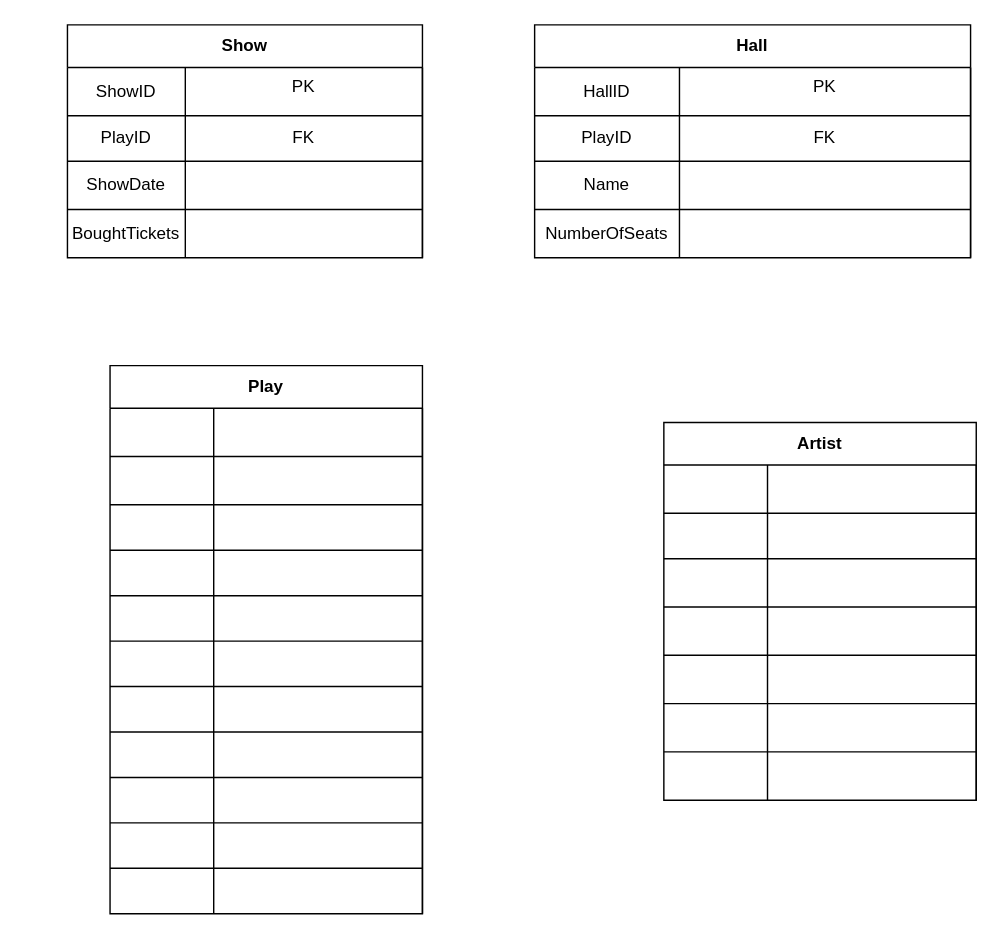
sliamh11/Programming keeps this draw.io diagram as Untitled Diagram.drawio. Above is the earlier version. Source tidied: cells renumbered, new cells numbered last; positions are measured from the earlier drawing's top-left corner, leaving out a move shared by most shapes. Both pictures are drawn from the tidied source at 142%, with x=0, y=0 at pixel (67, 24).
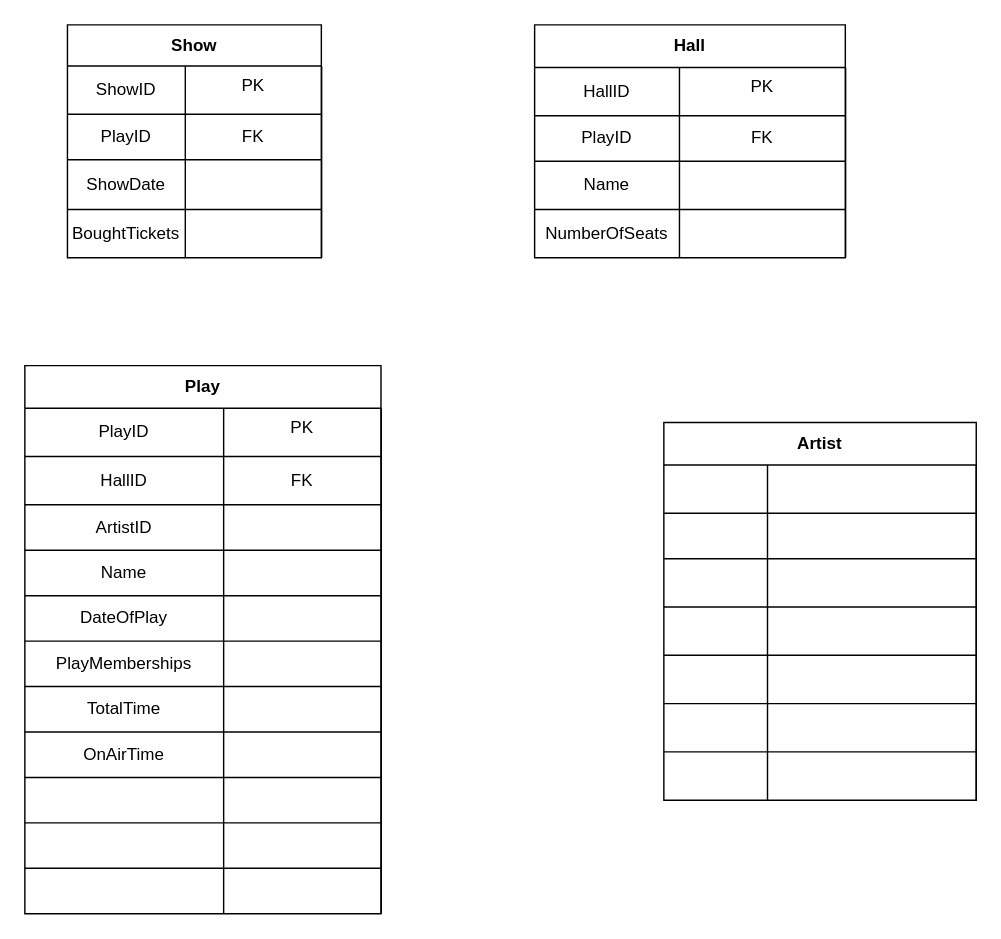
The same diagram, later.

Change to the diagram source:
```diff
@@
     <mxCell id="2" value="Hall" style="shape=table;html=1;whiteSpace=wrap;startSize=30;childLayout=tableLayout;fontStyle=1;align=center;" parent="1" vertex="1">
-      <mxGeometry x="329" width="307" height="164" as="geometry" />
+      <mxGeometry x="329" width="218.8" height="164" as="geometry" />
     </mxCell>
     <mxCell id="3" style="shape=partialRectangle;html=1;whiteSpace=wrap;fillColor=none;top=0;left=0;bottom=0;right=0;" parent="2" vertex="1">
-      <mxGeometry y="30" width="307" height="34" as="geometry" />
+      <mxGeometry y="30" width="218.8" height="34" as="geometry" />
     </mxCell>
@@
     <mxCell id="5" value="PK" style="group;" parent="3" vertex="1">
-      <mxGeometry x="102" width="205" height="34" as="geometry" />
+      <mxGeometry x="102" width="117" height="34" as="geometry" />
     </mxCell>
@@
     <mxCell id="8" style="shape=partialRectangle;html=1;whiteSpace=wrap;fillColor=none;top=0;left=0;bottom=0;right=0;" parent="2" vertex="1">
-      <mxGeometry y="64" width="307" height="32" as="geometry" />
+      <mxGeometry y="64" width="218.8" height="32" as="geometry" />
     </mxCell>
@@
     <mxCell id="10" value="FK" style="shape=partialRectangle;fillColor=none;top=0;left=0;bottom=0;right=0;overflow=hidden;whiteSpace=wrap;" parent="8" vertex="1">
-      <mxGeometry x="102" width="205" height="32" as="geometry" />
+      <mxGeometry x="102" width="117" height="32" as="geometry" />
     </mxCell>
     <mxCell id="11" style="shape=partialRectangle;html=1;whiteSpace=wrap;fillColor=none;top=0;left=0;bottom=0;right=0;overflow=hidden;" parent="8" vertex="1">
-      <mxGeometry x="307" height="32" as="geometry" />
+      <mxGeometry x="219" height="32" as="geometry" />
     </mxCell>
     <mxCell id="12" style="shape=partialRectangle;html=1;whiteSpace=wrap;fillColor=none;top=0;left=0;bottom=0;right=0;" parent="2" vertex="1">
-      <mxGeometry y="96" width="307" height="34" as="geometry" />
+      <mxGeometry y="96" width="218.8" height="34" as="geometry" />
     </mxCell>
@@
     <mxCell id="14" style="shape=partialRectangle;html=1;whiteSpace=wrap;fillColor=none;top=0;left=0;bottom=0;right=0;overflow=hidden;" parent="12" vertex="1">
-      <mxGeometry x="102" width="205" height="34" as="geometry" />
+      <mxGeometry x="102" width="117" height="34" as="geometry" />
     </mxCell>
     <mxCell id="15" style="shape=partialRectangle;html=1;whiteSpace=wrap;fillColor=none;top=0;left=0;bottom=0;right=0;overflow=hidden;" parent="12" vertex="1">
-      <mxGeometry x="307" height="34" as="geometry" />
+      <mxGeometry x="219" height="34" as="geometry" />
     </mxCell>
     <mxCell id="16" style="shape=partialRectangle;html=1;whiteSpace=wrap;fillColor=none;top=0;left=0;bottom=0;right=0;" parent="2" vertex="1">
-      <mxGeometry y="130" width="307" height="34" as="geometry" />
+      <mxGeometry y="130" width="218.8" height="34" as="geometry" />
     </mxCell>
@@
     <mxCell id="18" style="shape=partialRectangle;html=1;whiteSpace=wrap;fillColor=none;top=0;left=0;bottom=0;right=0;overflow=hidden;" parent="16" vertex="1">
-      <mxGeometry x="102" width="205" height="34" as="geometry" />
+      <mxGeometry x="102" width="117" height="34" as="geometry" />
     </mxCell>
     <mxCell id="19" style="shape=partialRectangle;html=1;whiteSpace=wrap;fillColor=none;top=0;left=0;bottom=0;right=0;overflow=hidden;" parent="16" vertex="1">
-      <mxGeometry x="307" height="34" as="geometry" />
+      <mxGeometry x="219" height="34" as="geometry" />
     </mxCell>
-    <mxCell id="20" value="Show" style="shape=table;html=1;whiteSpace=wrap;startSize=30;childLayout=tableLayout;fontStyle=1;align=center;" parent="1" vertex="1">
-      <mxGeometry width="250" height="164" as="geometry" />
+    <mxCell id="20" value="Show" style="shape=table;html=1;whiteSpace=wrap;startSize=29;childLayout=tableLayout;fontStyle=1;align=center;" parent="1" vertex="1">
+      <mxGeometry width="178.8" height="164" as="geometry" />
     </mxCell>
     <mxCell id="21" style="shape=partialRectangle;html=1;whiteSpace=wrap;fillColor=none;top=0;left=0;bottom=0;right=0;" parent="20" vertex="1">
-      <mxGeometry y="30" width="250" height="34" as="geometry" />
+      <mxGeometry y="29" width="178.8" height="34" as="geometry" />
     </mxCell>
@@
     <mxCell id="23" value="PK" style="group;" parent="21" vertex="1">
-      <mxGeometry x="83" width="167" height="34" as="geometry" />
+      <mxGeometry x="83" width="96" height="34" as="geometry" />
     </mxCell>
@@
     <mxCell id="26" style="shape=partialRectangle;html=1;whiteSpace=wrap;fillColor=none;top=0;left=0;bottom=0;right=0;" parent="20" vertex="1">
-      <mxGeometry y="64" width="250" height="32" as="geometry" />
+      <mxGeometry y="63" width="178.8" height="32" as="geometry" />
     </mxCell>
@@
     <mxCell id="28" value="FK" style="shape=partialRectangle;html=1;whiteSpace=wrap;fillColor=none;top=0;left=0;bottom=0;right=0;overflow=hidden;" parent="26" vertex="1">
-      <mxGeometry x="83" width="167" height="32" as="geometry" />
+      <mxGeometry x="83" width="96" height="32" as="geometry" />
     </mxCell>
     <mxCell id="29" style="shape=partialRectangle;html=1;whiteSpace=wrap;fillColor=none;top=0;left=0;bottom=0;right=0;overflow=hidden;" parent="26" vertex="1">
-      <mxGeometry x="250" height="32" as="geometry" />
+      <mxGeometry x="179" height="32" as="geometry" />
     </mxCell>
     <mxCell id="30" style="shape=partialRectangle;html=1;whiteSpace=wrap;fillColor=none;top=0;left=0;bottom=0;right=0;" parent="20" vertex="1">
-      <mxGeometry y="96" width="250" height="34" as="geometry" />
+      <mxGeometry y="95" width="178.8" height="35" as="geometry" />
     </mxCell>
     <mxCell id="31" value="ShowDate" style="shape=partialRectangle;html=1;whiteSpace=wrap;fillColor=none;top=0;left=0;bottom=0;right=0;overflow=hidden;" parent="30" vertex="1">
-      <mxGeometry width="83" height="34" as="geometry" />
+      <mxGeometry width="83" height="35" as="geometry" />
     </mxCell>
     <mxCell id="32" style="shape=partialRectangle;html=1;whiteSpace=wrap;fillColor=none;top=0;left=0;bottom=0;right=0;overflow=hidden;" parent="30" vertex="1">
-      <mxGeometry x="83" width="167" height="34" as="geometry" />
+      <mxGeometry x="83" width="96" height="35" as="geometry" />
     </mxCell>
     <mxCell id="33" style="shape=partialRectangle;html=1;whiteSpace=wrap;fillColor=none;top=0;left=0;bottom=0;right=0;overflow=hidden;" parent="30" vertex="1">
-      <mxGeometry x="250" height="34" as="geometry" />
+      <mxGeometry x="179" height="35" as="geometry" />
     </mxCell>
     <mxCell id="34" style="shape=partialRectangle;html=1;whiteSpace=wrap;fillColor=none;top=0;left=0;bottom=0;right=0;" parent="20" vertex="1">
-      <mxGeometry y="130" width="250" height="34" as="geometry" />
+      <mxGeometry y="130" width="178.8" height="34" as="geometry" />
     </mxCell>
@@
     <mxCell id="36" style="shape=partialRectangle;html=1;whiteSpace=wrap;fillColor=none;top=0;left=0;bottom=0;right=0;overflow=hidden;" parent="34" vertex="1">
-      <mxGeometry x="83" width="167" height="34" as="geometry" />
+      <mxGeometry x="83" width="96" height="34" as="geometry" />
     </mxCell>
     <mxCell id="37" style="shape=partialRectangle;html=1;whiteSpace=wrap;fillColor=none;top=0;left=0;bottom=0;right=0;overflow=hidden;" parent="34" vertex="1">
-      <mxGeometry x="250" height="34" as="geometry" />
+      <mxGeometry x="179" height="34" as="geometry" />
     </mxCell>
     <mxCell id="38" value="Play" style="shape=table;html=1;whiteSpace=wrap;startSize=30;childLayout=tableLayout;fontStyle=1;align=center;" parent="1" vertex="1">
-      <mxGeometry x="30" y="240" width="220" height="386" as="geometry" />
+      <mxGeometry x="-30" y="240" width="250.8" height="386" as="geometry" />
     </mxCell>
     <mxCell id="39" style="shape=partialRectangle;html=1;whiteSpace=wrap;fillColor=none;top=0;left=0;bottom=0;right=0;" parent="38" vertex="1">
-      <mxGeometry y="30" width="220" height="34" as="geometry" />
+      <mxGeometry y="30" width="250.8" height="34" as="geometry" />
     </mxCell>
-    <mxCell id="40" style="shape=partialRectangle;html=1;whiteSpace=wrap;fillColor=none;top=0;left=0;bottom=0;right=0;overflow=hidden;" parent="39" vertex="1">
-      <mxGeometry width="73" height="34" as="geometry" />
+    <mxCell id="40" value="PlayID" style="shape=partialRectangle;html=1;whiteSpace=wrap;fillColor=none;top=0;left=0;bottom=0;right=0;overflow=hidden;" parent="39" vertex="1">
+      <mxGeometry width="140" height="34" as="geometry" />
     </mxCell>
-    <mxCell id="41" style="group;" parent="39" vertex="1">
-      <mxGeometry x="73" width="147" height="34" as="geometry" />
+    <mxCell id="41" value="PK" style="group;" parent="39" vertex="1">
+      <mxGeometry x="140" width="111" height="34" as="geometry" />
     </mxCell>
@@
     <mxCell id="44" style="shape=partialRectangle;html=1;whiteSpace=wrap;fillColor=none;top=0;left=0;bottom=0;right=0;" parent="38" vertex="1">
-      <mxGeometry y="64" width="220" height="34" as="geometry" />
+      <mxGeometry y="64" width="250.8" height="34" as="geometry" />
     </mxCell>
-    <mxCell id="45" style="shape=partialRectangle;html=1;whiteSpace=wrap;fillColor=none;top=0;left=0;bottom=0;right=0;overflow=hidden;" parent="44" vertex="1">
-      <mxGeometry width="73" height="34" as="geometry" />
+    <mxCell id="45" value="HallID" style="shape=partialRectangle;html=1;whiteSpace=wrap;fillColor=none;top=0;left=0;bottom=0;right=0;overflow=hidden;" parent="44" vertex="1">
+      <mxGeometry width="140" height="34" as="geometry" />
     </mxCell>
-    <mxCell id="46" style="shape=partialRectangle;html=1;whiteSpace=wrap;fillColor=none;top=0;left=0;bottom=0;right=0;overflow=hidden;" parent="44" vertex="1">
-      <mxGeometry x="73" width="147" height="34" as="geometry" />
+    <mxCell id="46" value="FK" style="shape=partialRectangle;html=1;whiteSpace=wrap;fillColor=none;top=0;left=0;bottom=0;right=0;overflow=hidden;" parent="44" vertex="1">
+      <mxGeometry x="140" width="111" height="34" as="geometry" />
     </mxCell>
     <mxCell id="47" style="shape=partialRectangle;html=1;whiteSpace=wrap;fillColor=none;top=0;left=0;bottom=0;right=0;overflow=hidden;" parent="44" vertex="1">
-      <mxGeometry x="220" height="34" as="geometry" />
+      <mxGeometry x="251" height="34" as="geometry" />
     </mxCell>
     <mxCell id="48" style="shape=partialRectangle;html=1;whiteSpace=wrap;fillColor=none;top=0;left=0;bottom=0;right=0;" parent="38" vertex="1">
-      <mxGeometry y="98" width="220" height="32" as="geometry" />
+      <mxGeometry y="98" width="250.8" height="32" as="geometry" />
     </mxCell>
-    <mxCell id="49" style="shape=partialRectangle;html=1;whiteSpace=wrap;fillColor=none;top=0;left=0;bottom=0;right=0;overflow=hidden;" parent="48" vertex="1">
-      <mxGeometry width="73" height="32" as="geometry" />
+    <mxCell id="49" value="ArtistID" style="shape=partialRectangle;html=1;whiteSpace=wrap;fillColor=none;top=0;left=0;bottom=0;right=0;overflow=hidden;" parent="48" vertex="1">
+      <mxGeometry width="140" height="32" as="geometry" />
     </mxCell>
     <mxCell id="50" style="shape=partialRectangle;html=1;whiteSpace=wrap;fillColor=none;top=0;left=0;bottom=0;right=0;overflow=hidden;" parent="48" vertex="1">
-      <mxGeometry x="73" width="147" height="32" as="geometry" />
+      <mxGeometry x="140" width="111" height="32" as="geometry" />
     </mxCell>
     <mxCell id="51" style="shape=partialRectangle;html=1;whiteSpace=wrap;fillColor=none;top=0;left=0;bottom=0;right=0;overflow=hidden;" parent="48" vertex="1">
-      <mxGeometry x="220" height="32" as="geometry" />
+      <mxGeometry x="251" height="32" as="geometry" />
     </mxCell>
     <mxCell id="52" style="shape=partialRectangle;html=1;whiteSpace=wrap;fillColor=none;top=0;left=0;bottom=0;right=0;" parent="38" vertex="1">
-      <mxGeometry y="130" width="220" height="32" as="geometry" />
+      <mxGeometry y="130" width="250.8" height="32" as="geometry" />
     </mxCell>
-    <mxCell id="53" style="shape=partialRectangle;html=1;whiteSpace=wrap;fillColor=none;top=0;left=0;bottom=0;right=0;overflow=hidden;" parent="52" vertex="1">
-      <mxGeometry width="73" height="32" as="geometry" />
+    <mxCell id="53" value="Name" style="shape=partialRectangle;html=1;whiteSpace=wrap;fillColor=none;top=0;left=0;bottom=0;right=0;overflow=hidden;" parent="52" vertex="1">
+      <mxGeometry width="140" height="32" as="geometry" />
     </mxCell>
     <mxCell id="54" style="shape=partialRectangle;html=1;whiteSpace=wrap;fillColor=none;top=0;left=0;bottom=0;right=0;overflow=hidden;" parent="52" vertex="1">
-      <mxGeometry x="73" width="147" height="32" as="geometry" />
+      <mxGeometry x="140" width="111" height="32" as="geometry" />
     </mxCell>
     <mxCell id="55" style="shape=partialRectangle;html=1;whiteSpace=wrap;fillColor=none;top=0;left=0;bottom=0;right=0;overflow=hidden;" parent="52" vertex="1">
-      <mxGeometry x="220" height="32" as="geometry" />
+      <mxGeometry x="251" height="32" as="geometry" />
     </mxCell>
     <mxCell id="56" style="shape=partialRectangle;html=1;whiteSpace=wrap;fillColor=none;top=0;left=0;bottom=0;right=0;" parent="38" vertex="1">
-      <mxGeometry y="162" width="220" height="32" as="geometry" />
+      <mxGeometry y="162" width="250.8" height="32" as="geometry" />
     </mxCell>
-    <mxCell id="57" style="shape=partialRectangle;html=1;whiteSpace=wrap;fillColor=none;top=0;left=0;bottom=0;right=0;overflow=hidden;" parent="56" vertex="1">
-      <mxGeometry width="73" height="32" as="geometry" />
+    <mxCell id="57" value="DateOfPlay" style="shape=partialRectangle;html=1;whiteSpace=wrap;fillColor=none;top=0;left=0;bottom=0;right=0;overflow=hidden;" parent="56" vertex="1">
+      <mxGeometry width="140" height="32" as="geometry" />
     </mxCell>
     <mxCell id="58" style="shape=partialRectangle;html=1;whiteSpace=wrap;fillColor=none;top=0;left=0;bottom=0;right=0;overflow=hidden;" parent="56" vertex="1">
-      <mxGeometry x="73" width="147" height="32" as="geometry" />
+      <mxGeometry x="140" width="111" height="32" as="geometry" />
     </mxCell>
     <mxCell id="59" style="shape=partialRectangle;html=1;whiteSpace=wrap;fillColor=none;top=0;left=0;bottom=0;right=0;overflow=hidden;" parent="56" vertex="1">
-      <mxGeometry x="220" height="32" as="geometry" />
+      <mxGeometry x="251" height="32" as="geometry" />
     </mxCell>
     <mxCell id="60" style="shape=partialRectangle;html=1;whiteSpace=wrap;fillColor=none;top=0;left=0;bottom=0;right=0;" parent="38" vertex="1">
-      <mxGeometry y="194" width="220" height="32" as="geometry" />
+      <mxGeometry y="194" width="250.8" height="32" as="geometry" />
     </mxCell>
-    <mxCell id="61" style="shape=partialRectangle;html=1;whiteSpace=wrap;fillColor=none;top=0;left=0;bottom=0;right=0;overflow=hidden;" parent="60" vertex="1">
-      <mxGeometry width="73" height="32" as="geometry" />
+    <mxCell id="61" value="PlayMemberships" style="shape=partialRectangle;html=1;whiteSpace=wrap;fillColor=none;top=0;left=0;bottom=0;right=0;overflow=hidden;" parent="60" vertex="1">
+      <mxGeometry width="140" height="32" as="geometry" />
     </mxCell>
     <mxCell id="62" style="shape=partialRectangle;html=1;whiteSpace=wrap;fillColor=none;top=0;left=0;bottom=0;right=0;overflow=hidden;" parent="60" vertex="1">
-      <mxGeometry x="73" width="147" height="32" as="geometry" />
+      <mxGeometry x="140" width="111" height="32" as="geometry" />
     </mxCell>
     <mxCell id="63" style="shape=partialRectangle;html=1;whiteSpace=wrap;fillColor=none;top=0;left=0;bottom=0;right=0;overflow=hidden;" parent="60" vertex="1">
-      <mxGeometry x="220" height="32" as="geometry" />
+      <mxGeometry x="251" height="32" as="geometry" />
     </mxCell>
     <mxCell id="64" style="shape=partialRectangle;html=1;whiteSpace=wrap;fillColor=none;top=0;left=0;bottom=0;right=0;" parent="38" vertex="1">
-      <mxGeometry y="226" width="220" height="32" as="geometry" />
+      <mxGeometry y="226" width="250.8" height="32" as="geometry" />
     </mxCell>
-    <mxCell id="65" style="shape=partialRectangle;html=1;whiteSpace=wrap;fillColor=none;top=0;left=0;bottom=0;right=0;overflow=hidden;" parent="64" vertex="1">
-      <mxGeometry width="73" height="32" as="geometry" />
+    <mxCell id="65" value="TotalTime" style="shape=partialRectangle;html=1;whiteSpace=wrap;fillColor=none;top=0;left=0;bottom=0;right=0;overflow=hidden;" parent="64" vertex="1">
+      <mxGeometry width="140" height="32" as="geometry" />
     </mxCell>
     <mxCell id="66" style="shape=partialRectangle;html=1;whiteSpace=wrap;fillColor=none;top=0;left=0;bottom=0;right=0;overflow=hidden;" parent="64" vertex="1">
-      <mxGeometry x="73" width="147" height="32" as="geometry" />
+      <mxGeometry x="140" width="111" height="32" as="geometry" />
     </mxCell>
     <mxCell id="67" style="shape=partialRectangle;html=1;whiteSpace=wrap;fillColor=none;top=0;left=0;bottom=0;right=0;overflow=hidden;" parent="64" vertex="1">
-      <mxGeometry x="220" height="32" as="geometry" />
+      <mxGeometry x="251" height="32" as="geometry" />
     </mxCell>
     <mxCell id="68" style="shape=partialRectangle;html=1;whiteSpace=wrap;fillColor=none;top=0;left=0;bottom=0;right=0;" parent="38" vertex="1">
-      <mxGeometry y="258" width="220" height="32" as="geometry" />
+      <mxGeometry y="258" width="250.8" height="32" as="geometry" />
     </mxCell>
-    <mxCell id="69" style="shape=partialRectangle;html=1;whiteSpace=wrap;fillColor=none;top=0;left=0;bottom=0;right=0;overflow=hidden;" parent="68" vertex="1">
-      <mxGeometry width="73" height="32" as="geometry" />
+    <mxCell id="69" value="OnAirTime" style="shape=partialRectangle;html=1;whiteSpace=wrap;fillColor=none;top=0;left=0;bottom=0;right=0;overflow=hidden;" parent="68" vertex="1">
+      <mxGeometry width="140" height="32" as="geometry" />
     </mxCell>
     <mxCell id="70" style="shape=partialRectangle;html=1;whiteSpace=wrap;fillColor=none;top=0;left=0;bottom=0;right=0;overflow=hidden;" parent="68" vertex="1">
-      <mxGeometry x="73" width="147" height="32" as="geometry" />
+      <mxGeometry x="140" width="111" height="32" as="geometry" />
     </mxCell>
     <mxCell id="71" style="shape=partialRectangle;html=1;whiteSpace=wrap;fillColor=none;top=0;left=0;bottom=0;right=0;overflow=hidden;" parent="68" vertex="1">
-      <mxGeometry x="220" height="32" as="geometry" />
+      <mxGeometry x="251" height="32" as="geometry" />
     </mxCell>
     <mxCell id="72" style="shape=partialRectangle;html=1;whiteSpace=wrap;fillColor=none;top=0;left=0;bottom=0;right=0;" parent="38" vertex="1">
-      <mxGeometry y="290" width="220" height="32" as="geometry" />
+      <mxGeometry y="290" width="250.8" height="32" as="geometry" />
     </mxCell>
     <mxCell id="73" style="shape=partialRectangle;html=1;whiteSpace=wrap;fillColor=none;top=0;left=0;bottom=0;right=0;overflow=hidden;" parent="72" vertex="1">
-      <mxGeometry width="73" height="32" as="geometry" />
+      <mxGeometry width="140" height="32" as="geometry" />
     </mxCell>
     <mxCell id="74" style="shape=partialRectangle;html=1;whiteSpace=wrap;fillColor=none;top=0;left=0;bottom=0;right=0;overflow=hidden;" parent="72" vertex="1">
-      <mxGeometry x="73" width="147" height="32" as="geometry" />
+      <mxGeometry x="140" width="111" height="32" as="geometry" />
     </mxCell>
     <mxCell id="75" style="shape=partialRectangle;html=1;whiteSpace=wrap;fillColor=none;top=0;left=0;bottom=0;right=0;overflow=hidden;" parent="72" vertex="1">
-      <mxGeometry x="220" height="32" as="geometry" />
+      <mxGeometry x="251" height="32" as="geometry" />
     </mxCell>
     <mxCell id="76" style="shape=partialRectangle;html=1;whiteSpace=wrap;fillColor=none;top=0;left=0;bottom=0;right=0;" parent="38" vertex="1">
-      <mxGeometry y="322" width="220" height="32" as="geometry" />
+      <mxGeometry y="322" width="250.8" height="32" as="geometry" />
     </mxCell>
     <mxCell id="77" style="shape=partialRectangle;html=1;whiteSpace=wrap;fillColor=none;top=0;left=0;bottom=0;right=0;overflow=hidden;" parent="76" vertex="1">
-      <mxGeometry width="73" height="32" as="geometry" />
+      <mxGeometry width="140" height="32" as="geometry" />
     </mxCell>
     <mxCell id="78" style="shape=partialRectangle;html=1;whiteSpace=wrap;fillColor=none;top=0;left=0;bottom=0;right=0;overflow=hidden;" parent="76" vertex="1">
-      <mxGeometry x="73" width="147" height="32" as="geometry" />
+      <mxGeometry x="140" width="111" height="32" as="geometry" />
     </mxCell>
     <mxCell id="79" style="shape=partialRectangle;html=1;whiteSpace=wrap;fillColor=none;top=0;left=0;bottom=0;right=0;overflow=hidden;" parent="76" vertex="1">
-      <mxGeometry x="220" height="32" as="geometry" />
+      <mxGeometry x="251" height="32" as="geometry" />
     </mxCell>
     <mxCell id="80" style="shape=partialRectangle;html=1;whiteSpace=wrap;fillColor=none;top=0;left=0;bottom=0;right=0;" parent="38" vertex="1">
-      <mxGeometry y="354" width="220" height="32" as="geometry" />
+      <mxGeometry y="354" width="250.8" height="32" as="geometry" />
     </mxCell>
     <mxCell id="81" style="shape=partialRectangle;html=1;whiteSpace=wrap;fillColor=none;top=0;left=0;bottom=0;right=0;overflow=hidden;" parent="80" vertex="1">
-      <mxGeometry width="73" height="32" as="geometry" />
+      <mxGeometry width="140" height="32" as="geometry" />
     </mxCell>
     <mxCell id="82" style="shape=partialRectangle;html=1;whiteSpace=wrap;fillColor=none;top=0;left=0;bottom=0;right=0;overflow=hidden;" parent="80" vertex="1">
-      <mxGeometry x="73" width="147" height="32" as="geometry" />
+      <mxGeometry x="140" width="111" height="32" as="geometry" />
     </mxCell>
     <mxCell id="83" style="shape=partialRectangle;html=1;whiteSpace=wrap;fillColor=none;top=0;left=0;bottom=0;right=0;overflow=hidden;" parent="80" vertex="1">
-      <mxGeometry x="220" height="32" as="geometry" />
+      <mxGeometry x="251" height="32" as="geometry" />
     </mxCell>
```
